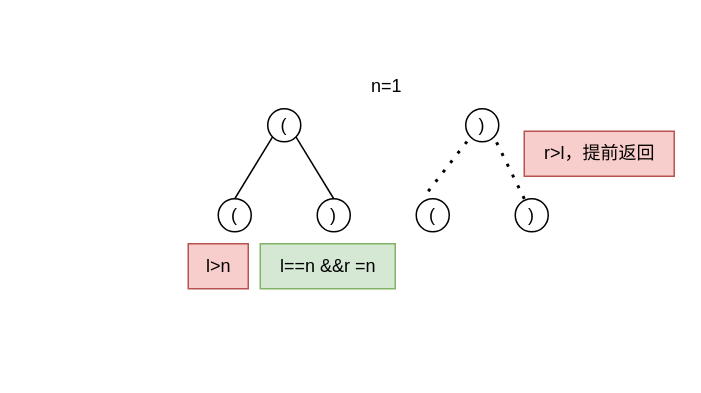
Earlier version of the draw.io diagram 22.drawio (liuyx599/leetcode_imgs). Source tidied: cells renumbered, new cells numbered last; positions are measured from the earlier drawing's top-left corner, leaving out a move shared by most shapes. Both pictures are drawn from the tidied source at 150%, with x=0, y=0 at pixel (188, 63).
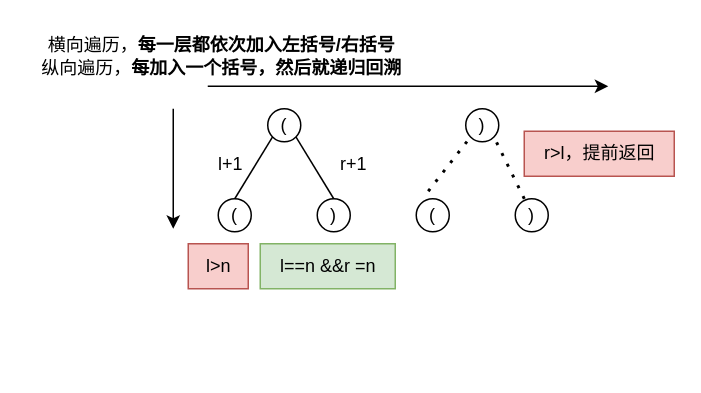
After the change.

Unchanged cells that the change refers to:
```xml
<mxCell id="4" style="group;rotation=90;" parent="1" vertex="1">
  <mxGeometry x="20" y="30" width="220" height="125" as="geometry" />
</mxCell>
```

Diff of the diagram source:
```diff
@@
-    <mxCell id="14" value="n=1" style="text;html=1;align=center;verticalAlign=middle;fillColor=none;strokeColor=none;rounded=0;" parent="4" vertex="1">
-      <mxGeometry x="92" y="-30" width="40" height="30" as="geometry" />
-    </mxCell>
@@
+    <mxCell id="17" value="横向遍历，&lt;b&gt;每一层都依次加入左括号/右括号&lt;/b&gt;&lt;br&gt;纵向遍历，&lt;b&gt;每加入一个括号，然后就递归回溯&lt;/b&gt;" style="text;html=1;align=center;verticalAlign=middle;fillColor=none;strokeColor=none;rounded=0;" parent="4" vertex="1">
+      <mxGeometry x="-128" y="-55" width="260" height="40" as="geometry" />
+    </mxCell>
+    <mxCell id="18" style="endArrow=classic;html=1;rounded=0;" parent="4" edge="1">
+      <mxGeometry relative="1" as="geometry">
+        <mxPoint x="-7" y="-15" as="sourcePoint" />
+        <mxPoint x="260" y="-15" as="targetPoint" />
+      </mxGeometry>
+    </mxCell>
+    <mxCell id="19" value="r+1" style="text;html=1;align=center;verticalAlign=middle;fillColor=none;strokeColor=none;rounded=0;" parent="4" vertex="1">
+      <mxGeometry x="70" y="22" width="40" height="30" as="geometry" />
+    </mxCell>
@@
+    <mxCell id="20" style="endArrow=classic;html=1;rounded=0;" parent="1" edge="1">
+      <mxGeometry relative="1" as="geometry">
+        <mxPoint x="-10" y="30" as="sourcePoint" />
+        <mxPoint x="-10" y="110" as="targetPoint" />
+      </mxGeometry>
+    </mxCell>
+    <mxCell id="21" value="l+1" style="text;html=1;align=center;verticalAlign=middle;fillColor=none;strokeColor=none;rounded=0;" parent="1" vertex="1">
+      <mxGeometry x="8" y="52" width="40" height="30" as="geometry" />
+    </mxCell>
```
